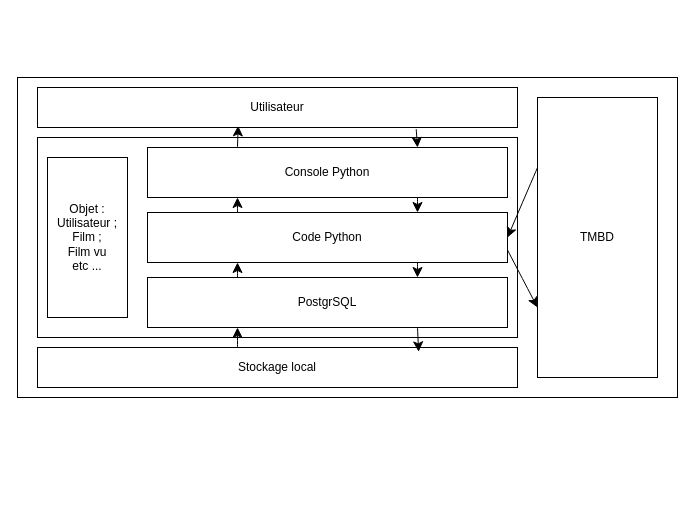
Earlier version of the draw.io diagram doc/DiagrammeDeCouche.drawio (leolrl/Projet2A). Source tidied: cells renumbered, new cells numbered last; positions are measured from the earlier drawing's top-left corner, leaving out a move shared by most shapes. Both pictures are drawn from the tidied source at 100%, with x=0, y=0 at pixel (17, 77).
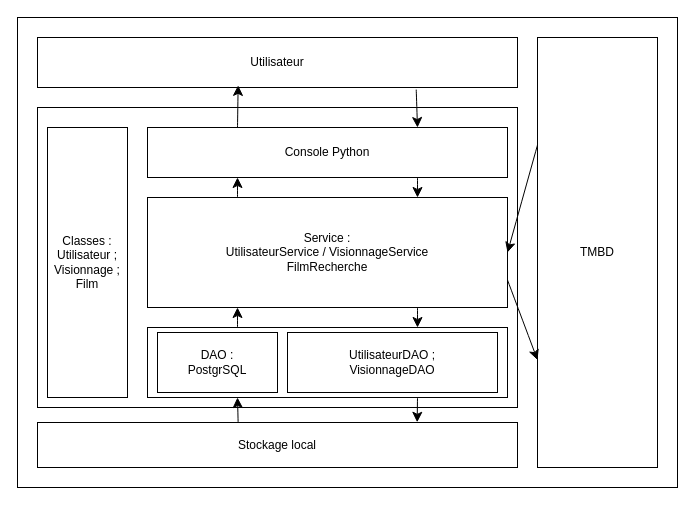
Above is the later version.

Commit message (it also covers changes not shown here):
Mettre à jour DiagrammeDeCouche.drawio

Change to the diagram source:
```diff
@@
     <mxCell id="2" style="rounded=0;whiteSpace=wrap;html=1;" parent="1" vertex="1">
-      <mxGeometry width="660" height="320" as="geometry" />
+      <mxGeometry y="-60" width="660" height="470" as="geometry" />
     </mxCell>
     <mxCell id="3" value="TMBD" style="rounded=0;whiteSpace=wrap;html=1;" parent="1" vertex="1">
-      <mxGeometry x="520" y="20" width="120" height="280" as="geometry" />
+      <mxGeometry x="520" y="-40" width="120" height="430" as="geometry" />
     </mxCell>
     <mxCell id="4" value="Utilisateur" style="rounded=0;whiteSpace=wrap;html=1;" parent="1" vertex="1">
-      <mxGeometry x="20" y="10" width="480" height="40" as="geometry" />
+      <mxGeometry x="20" y="-40" width="480" height="50" as="geometry" />
     </mxCell>
     <mxCell id="5" value="Stockage local" style="rounded=0;whiteSpace=wrap;html=1;" parent="1" vertex="1">
-      <mxGeometry x="20" y="270" width="480" height="40" as="geometry" />
+      <mxGeometry x="20" y="345" width="480" height="45" as="geometry" />
     </mxCell>
     <mxCell id="6" style="rounded=0;whiteSpace=wrap;html=1;" parent="1" vertex="1">
-      <mxGeometry x="20" y="60" width="480" height="200" as="geometry" />
+      <mxGeometry x="20" y="30" width="480" height="300" as="geometry" />
     </mxCell>
-    <mxCell id="7" value="Objet :&lt;br&gt;Utilisateur ;&lt;div&gt;Film ;&lt;/div&gt;&lt;div&gt;Film vu&lt;br&gt;etc ...&lt;/div&gt;" style="rounded=0;whiteSpace=wrap;html=1;" parent="1" vertex="1">
-      <mxGeometry x="30" y="80" width="80" height="160" as="geometry" />
+    <mxCell id="7" value="Classes :&lt;div&gt;Utilisateur ;&lt;/div&gt;&lt;div&gt;Visionnage ;&lt;/div&gt;&lt;div&gt;Film&lt;/div&gt;" style="rounded=0;whiteSpace=wrap;html=1;" parent="1" vertex="1">
+      <mxGeometry x="30" y="50" width="80" height="270" as="geometry" />
     </mxCell>
@@
     <mxCell id="9" value="Console Python" style="rounded=0;whiteSpace=wrap;html=1;" parent="1" vertex="1">
-      <mxGeometry x="130" y="70" width="360" height="50" as="geometry" />
+      <mxGeometry x="130" y="50" width="360" height="50" as="geometry" />
     </mxCell>
@@
-    <mxCell id="13" value="Code Python" style="rounded=0;whiteSpace=wrap;html=1;" parent="1" vertex="1">
-      <mxGeometry x="130" y="135" width="360" height="50" as="geometry" />
+    <mxCell id="13" value="Service :&lt;div&gt;UtilisateurService / VisionnageService&lt;/div&gt;&lt;div&gt;FilmRecherche&lt;/div&gt;" style="rounded=0;whiteSpace=wrap;html=1;" parent="1" vertex="1">
+      <mxGeometry x="130" y="120" width="360" height="110" as="geometry" />
     </mxCell>
-    <mxCell id="14" value="PostgrSQL" style="rounded=0;whiteSpace=wrap;html=1;" parent="1" vertex="1">
-      <mxGeometry x="130" y="200" width="360" height="50" as="geometry" />
+    <mxCell id="14" style="rounded=0;whiteSpace=wrap;html=1;" parent="1" vertex="1">
+      <mxGeometry x="130" y="250" width="360" height="70" as="geometry" />
     </mxCell>
@@
-    <mxCell id="19" style="edgeStyle=none;curved=1;rounded=0;jettySize=auto;html=1;exitX=0.75;exitY=1;exitDx=0;exitDy=0;entryX=0.794;entryY=0.108;entryDx=0;entryDy=0;entryPerimeter=0;fontSize=12;startSize=8;endSize=8;" parent="1" edge="1" source="14" target="5">
+    <mxCell id="19" style="edgeStyle=none;curved=1;rounded=0;jettySize=auto;html=1;exitX=0.75;exitY=1;exitDx=0;exitDy=0;entryX=0.791;entryY=-0.005;entryDx=0;entryDy=0;entryPerimeter=0;fontSize=12;startSize=8;endSize=8;" parent="1" edge="1" source="14" target="5">
       <mxGeometry relative="1" as="geometry" />
     </mxCell>
-    <mxCell id="20" style="endArrow=classic;html=1;rounded=0;fontSize=12;startSize=8;endSize=8;curved=1;entryX=0.25;entryY=1;entryDx=0;entryDy=0;" parent="1" edge="1" target="14">
-      <mxGeometry relative="1" as="geometry">
-        <mxPoint x="220" y="270" as="sourcePoint" />
-      </mxGeometry>
+    <mxCell id="20" style="endArrow=classic;html=1;rounded=0;fontSize=12;startSize=8;endSize=8;curved=1;entryX=0.25;entryY=1;entryDx=0;entryDy=0;exitX=0.418;exitY=0;exitDx=0;exitDy=0;exitPerimeter=0;" parent="1" edge="1" source="5" target="14">
+      <mxGeometry relative="1" as="geometry" />
     </mxCell>
+    <mxCell id="21" value="DAO :&lt;div&gt;PostgrSQL&lt;/div&gt;" style="rounded=0;whiteSpace=wrap;html=1;" parent="1" vertex="1">
+      <mxGeometry x="140" y="255" width="120" height="60" as="geometry" />
+    </mxCell>
+    <mxCell id="22" value="UtilisateurDAO ;&lt;div&gt;VisionnageDAO&lt;/div&gt;" style="rounded=0;whiteSpace=wrap;html=1;" parent="1" vertex="1">
+      <mxGeometry x="270" y="255" width="210" height="60" as="geometry" />
+    </mxCell>
```
